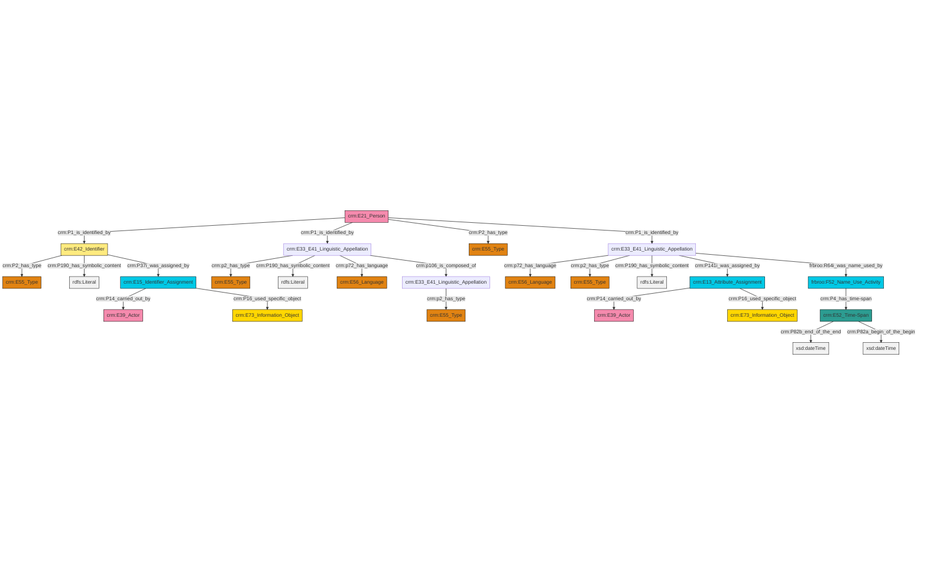
This is et/personCSV/ttl/mmd/png/Person_Names_and_Classification.png from ncarboni/srdm, a Mermaid export, as it was before one commit. Its source is kept beside it as et/personCSV/ttl/mmd/Person_Names_and_Classification.ttl.mmd.
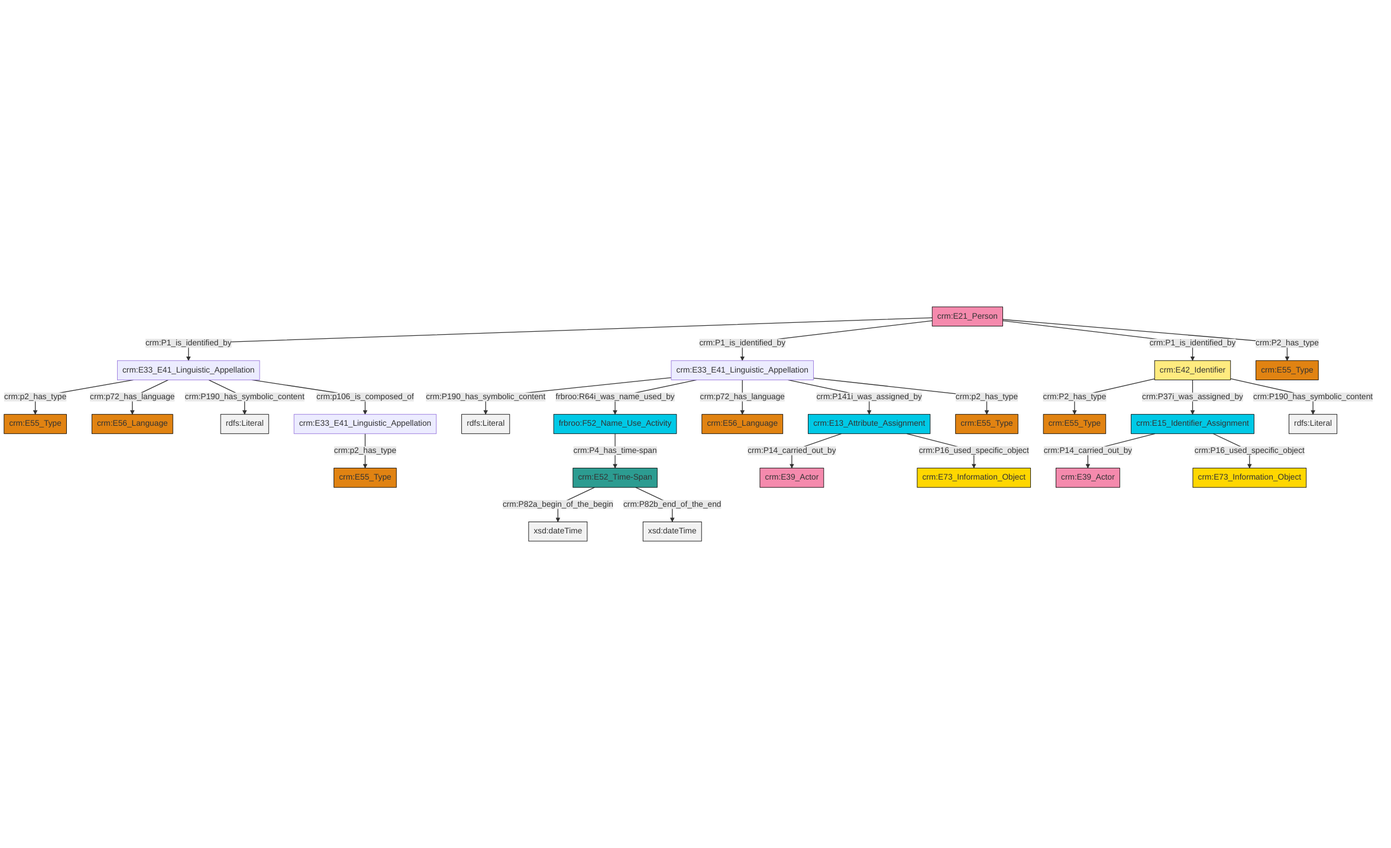
After the commit.

The edit, as a diff of the source:
```diff
@@ -13,27 +13,27 @@
 classDef PC_Classes fill:#4ce600, stroke:#000000;
 classDef Multi fill:#cccccc,stroke:#000000;
 
-4["crm:E33_E41_Linguistic_Appellation"]:::Default -->|crm:p2_has_type| 5["crm:E55_Type"]:::Type
-8["crm:E33_E41_Linguistic_Appellation"]:::Default -->|crm:p72_has_language| 9["crm:E56_Language"]:::Type
-8["crm:E33_E41_Linguistic_Appellation"]:::Default -->|crm:p2_has_type| 22["crm:E55_Type"]:::Type
-16["crm:E42_Identifier"]:::Appellation -->|crm:P2_has_type| 23["crm:E55_Type"]:::Type
-24["crm:E52_Time-Span"]:::Time-Span -->|crm:P82b_end_of_the_end| 25[xsd:dateTime]:::Literal
-8["crm:E33_E41_Linguistic_Appellation"]:::Default -->|crm:P190_has_symbolic_content| 26[rdfs:Literal]:::Literal
-0["crm:E13_Attribute_Assignment"]:::Temporal_Entity -->|crm:P14_carried_out_by| 14["crm:E39_Actor"]:::Actor
-27["crm:E33_E41_Linguistic_Appellation"]:::Default -->|crm:p2_has_type| 20["crm:E55_Type"]:::Type
-8["crm:E33_E41_Linguistic_Appellation"]:::Default -->|crm:P141i_was_assigned_by| 0["crm:E13_Attribute_Assignment"]:::Temporal_Entity
-16["crm:E42_Identifier"]:::Appellation -->|crm:P190_has_symbolic_content| 29[rdfs:Literal]:::Literal
-27["crm:E33_E41_Linguistic_Appellation"]:::Default -->|crm:P190_has_symbolic_content| 30[rdfs:Literal]:::Literal
-2["crm:E21_Person"]:::Actor -->|crm:P1_is_identified_by| 16["crm:E42_Identifier"]:::Appellation
-8["crm:E33_E41_Linguistic_Appellation"]:::Default -->|frbroo:R64i_was_name_used_by| 10["frbroo:F52_Name_Use_Activity"]:::Temporal_Entity
-2["crm:E21_Person"]:::Actor -->|crm:P1_is_identified_by| 27["crm:E33_E41_Linguistic_Appellation"]:::Default
-10["frbroo:F52_Name_Use_Activity"]:::Temporal_Entity -->|crm:P4_has_time-span| 24["crm:E52_Time-Span"]:::Time-Span
-0["crm:E13_Attribute_Assignment"]:::Temporal_Entity -->|crm:P16_used_specific_object| 35["crm:E73_Information_Object"]:::Conceptual_Object
-16["crm:E42_Identifier"]:::Appellation -->|crm:P37i_was_assigned_by| 12["crm:E15_Identifier_Assignment"]:::Temporal_Entity
-12["crm:E15_Identifier_Assignment"]:::Temporal_Entity -->|crm:P14_carried_out_by| 41["crm:E39_Actor"]:::Actor
-27["crm:E33_E41_Linguistic_Appellation"]:::Default -->|crm:p72_has_language| 18["crm:E56_Language"]:::Type
-24["crm:E52_Time-Span"]:::Time-Span -->|crm:P82a_begin_of_the_begin| 44[xsd:dateTime]:::Literal
-27["crm:E33_E41_Linguistic_Appellation"]:::Default -->|crm:p106_is_composed_of| 4["crm:E33_E41_Linguistic_Appellation"]:::Default
-12["crm:E15_Identifier_Assignment"]:::Temporal_Entity -->|crm:P16_used_specific_object| 32["crm:E73_Information_Object"]:::Conceptual_Object
-2["crm:E21_Person"]:::Actor -->|crm:P2_has_type| 6["crm:E55_Type"]:::Type
-2["crm:E21_Person"]:::Actor -->|crm:P1_is_identified_by| 8["crm:E33_E41_Linguistic_Appellation"]:::Default
+0["crm:E33_E41_Linguistic_Appellation"]:::Default -->|crm:p2_has_type| 1["crm:E55_Type"]:::Type
+2["crm:E33_E41_Linguistic_Appellation"]:::Default -->|crm:P190_has_symbolic_content| 3[rdfs:Literal]:::Literal
+2["crm:E33_E41_Linguistic_Appellation"]:::Default -->|frbroo:R64i_was_name_used_by| 4["frbroo:F52_Name_Use_Activity"]:::Temporal_Entity
+5["crm:E52_Time-Span"]:::Time-Span -->|crm:P82a_begin_of_the_begin| 6[xsd:dateTime]:::Literal
+7["crm:E15_Identifier_Assignment"]:::Temporal_Entity -->|crm:P14_carried_out_by| 8["crm:E39_Actor"]:::Actor
+9["crm:E21_Person"]:::Actor -->|crm:P1_is_identified_by| 0["crm:E33_E41_Linguistic_Appellation"]:::Default
+0["crm:E33_E41_Linguistic_Appellation"]:::Default -->|crm:p72_has_language| 13["crm:E56_Language"]:::Type
+9["crm:E21_Person"]:::Actor -->|crm:P1_is_identified_by| 2["crm:E33_E41_Linguistic_Appellation"]:::Default
+16["crm:E42_Identifier"]:::Appellation -->|crm:P2_has_type| 17["crm:E55_Type"]:::Type
+2["crm:E33_E41_Linguistic_Appellation"]:::Default -->|crm:p72_has_language| 10["crm:E56_Language"]:::Type
+0["crm:E33_E41_Linguistic_Appellation"]:::Default -->|crm:P190_has_symbolic_content| 27[rdfs:Literal]:::Literal
+9["crm:E21_Person"]:::Actor -->|crm:P1_is_identified_by| 16["crm:E42_Identifier"]:::Appellation
+2["crm:E33_E41_Linguistic_Appellation"]:::Default -->|crm:P141i_was_assigned_by| 14["crm:E13_Attribute_Assignment"]:::Temporal_Entity
+2["crm:E33_E41_Linguistic_Appellation"]:::Default -->|crm:p2_has_type| 23["crm:E55_Type"]:::Type
+16["crm:E42_Identifier"]:::Appellation -->|crm:P37i_was_assigned_by| 7["crm:E15_Identifier_Assignment"]:::Temporal_Entity
+5["crm:E52_Time-Span"]:::Time-Span -->|crm:P82b_end_of_the_end| 32[xsd:dateTime]:::Literal
+14["crm:E13_Attribute_Assignment"]:::Temporal_Entity -->|crm:P14_carried_out_by| 35["crm:E39_Actor"]:::Actor
+0["crm:E33_E41_Linguistic_Appellation"]:::Default -->|crm:p106_is_composed_of| 30["crm:E33_E41_Linguistic_Appellation"]:::Default
+7["crm:E15_Identifier_Assignment"]:::Temporal_Entity -->|crm:P16_used_specific_object| 21["crm:E73_Information_Object"]:::Conceptual_Object
+14["crm:E13_Attribute_Assignment"]:::Temporal_Entity -->|crm:P16_used_specific_object| 39["crm:E73_Information_Object"]:::Conceptual_Object
+9["crm:E21_Person"]:::Actor -->|crm:P2_has_type| 33["crm:E55_Type"]:::Type
+4["frbroo:F52_Name_Use_Activity"]:::Temporal_Entity -->|crm:P4_has_time-span| 5["crm:E52_Time-Span"]:::Time-Span
+30["crm:E33_E41_Linguistic_Appellation"]:::Default -->|crm:p2_has_type| 37["crm:E55_Type"]:::Type
+16["crm:E42_Identifier"]:::Appellation -->|crm:P190_has_symbolic_content| 45[rdfs:Literal]:::Literal
```
